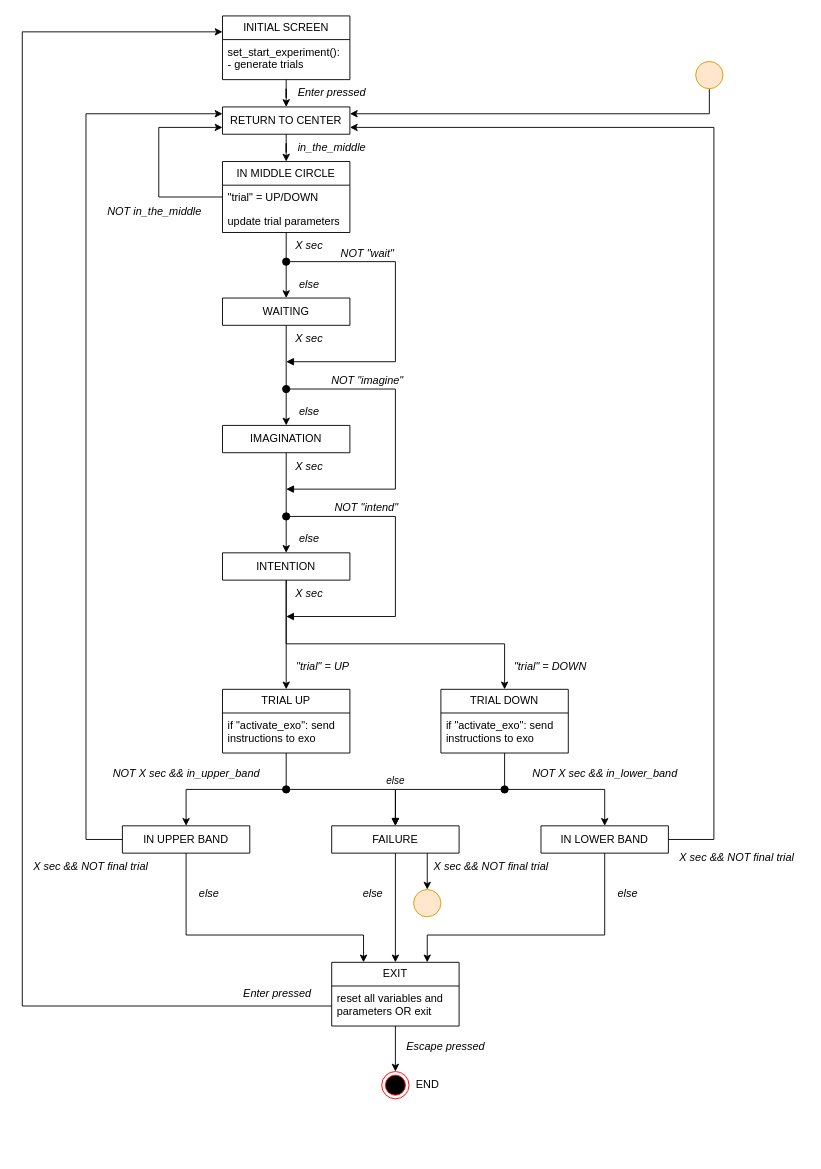
JakaHatlakLJ/eduexo_PC keeps this draw.io diagram as state_machine_diagram.drawio. Above is the earlier version. Source tidied: cells renumbered, new cells numbered last; positions are measured from the earlier drawing's top-left corner, leaving out a move shared by most shapes. Both pictures are drawn from the tidied source at 91%, with x=0, y=0 at pixel (22, 15).
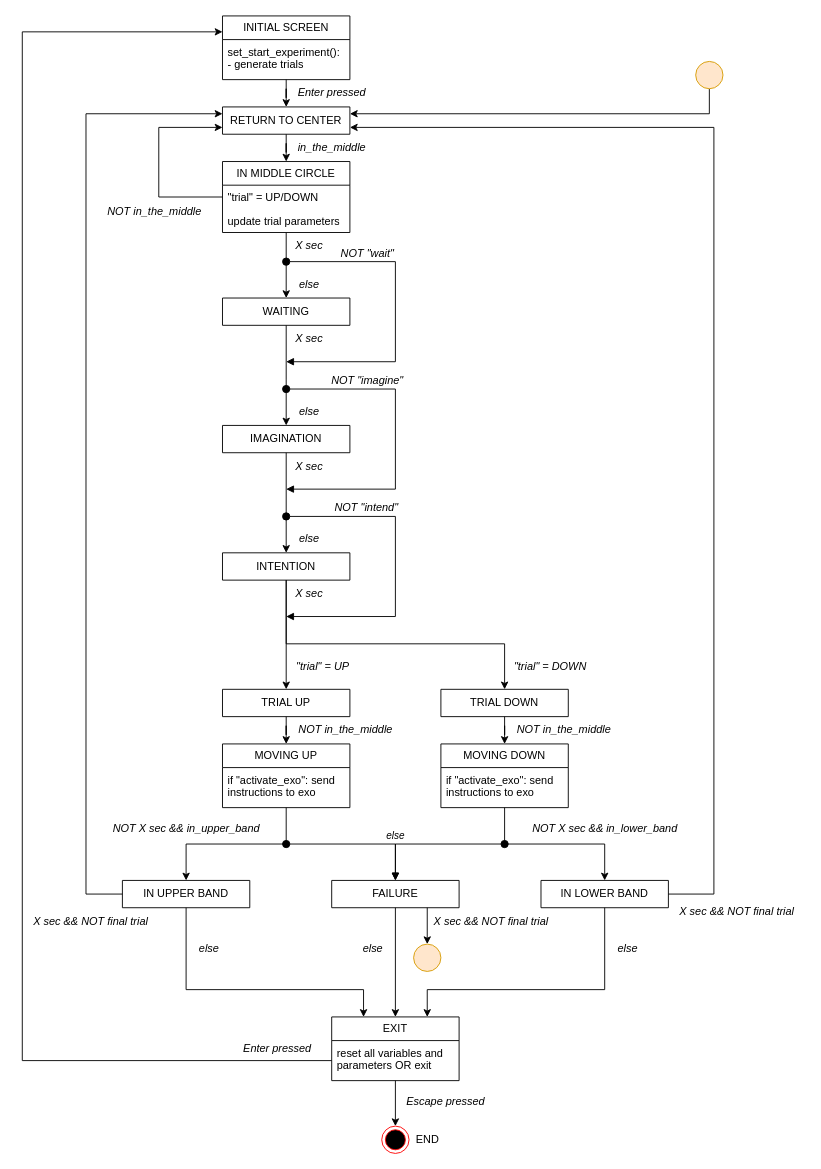
Above is the later version.

Unchanged cells that the change refers to:
```xml
<mxCell id="3" value="INITIAL SCREEN" style="swimlane;fontStyle=0;horizontal=1;startSize=26;fillColor=none;whiteSpace=wrap;html=1;" parent="1" vertex="1">
  <mxGeometry x="220" width="140" height="70" as="geometry" />
</mxCell>
<mxCell id="6" value="RETURN TO CENTER" style="swimlane;fontStyle=0;horizontal=1;startSize=70;fillColor=none;whiteSpace=wrap;html=1;" parent="1" vertex="1">
  <mxGeometry x="220" y="100" width="140" height="30" as="geometry" />
</mxCell>
<mxCell id="56" value="reset all variables and parameters OR exit" style="text;strokeColor=none;fillColor=none;align=left;verticalAlign=top;spacingLeft=4;spacingRight=4;overflow=hidden;points=[[0,0.5],[1,0.5]];portConstraint=eastwest;whiteSpace=wrap;html=1;" parent="55" vertex="1">
  <mxGeometry y="26" width="140" height="44" as="geometry" />
</mxCell>
```

Diff of the diagram source:
```diff
@@
-    <mxCell id="23" style="edgeStyle=orthogonalEdgeStyle;rounded=0;jettySize=auto;html=1;" parent="1" edge="1" source="24" target="38">
-      <mxGeometry relative="1" as="geometry" />
-    </mxCell>
-    <mxCell id="24" value="TRIAL UP" style="swimlane;fontStyle=0;horizontal=1;startSize=26;fillColor=none;whiteSpace=wrap;html=1;" parent="1" vertex="1">
-      <mxGeometry x="220" y="740" width="140" height="70" as="geometry" />
-    </mxCell>
-    <mxCell id="25" value="if &quot;activate_exo&quot;: send instructions to exo" style="text;strokeColor=none;fillColor=none;align=left;verticalAlign=top;spacingLeft=4;spacingRight=4;overflow=hidden;whiteSpace=wrap;html=1;" parent="24" vertex="1">
-      <mxGeometry y="26" width="140" height="44" as="geometry" />
-    </mxCell>
-    <mxCell id="26" style="edgeStyle=orthogonalEdgeStyle;rounded=0;jettySize=auto;html=1;" parent="1" edge="1" source="27" target="41">
-      <mxGeometry relative="1" as="geometry" />
-    </mxCell>
-    <mxCell id="27" value="TRIAL DOWN" style="swimlane;fontStyle=0;horizontal=1;startSize=26;fillColor=none;whiteSpace=wrap;html=1;" parent="1" vertex="1">
-      <mxGeometry x="460" y="740" width="140" height="70" as="geometry" />
-    </mxCell>
-    <mxCell id="28" value="if &quot;activate_exo&quot;: send instructions to exo" style="text;strokeColor=none;fillColor=none;align=left;verticalAlign=top;spacingLeft=4;spacingRight=4;overflow=hidden;whiteSpace=wrap;html=1;" parent="27" vertex="1">
-      <mxGeometry y="26" width="140" height="44" as="geometry" />
-    </mxCell>
@@
     <mxCell id="36" style="edgeStyle=orthogonalEdgeStyle;rounded=0;jettySize=auto;html=1;exitX=0.5;exitY=1;exitDx=0;exitDy=0;entryX=0.25;entryY=0;entryDx=0;entryDy=0;" parent="1" edge="1" source="38" target="55">
       <mxGeometry relative="1" as="geometry">
         <Array as="points">
-          <mxPoint x="180" y="1010" />
-          <mxPoint x="375" y="1010" />
+          <mxPoint x="180" y="1070" />
+          <mxPoint x="375" y="1070" />
         </Array>
       </mxGeometry>
     </mxCell>
     <mxCell id="37" style="edgeStyle=orthogonalEdgeStyle;rounded=0;jettySize=auto;html=1;exitX=0;exitY=0.5;exitDx=0;exitDy=0;entryX=0;entryY=0.25;entryDx=0;entryDy=0;" parent="1" edge="1" source="38" target="6">
       <mxGeometry relative="1" as="geometry">
         <Array as="points">
-          <mxPoint x="70" y="905" />
+          <mxPoint x="70" y="965" />
           <mxPoint x="70" y="108" />
         </Array>
       </mxGeometry>
     </mxCell>
     <mxCell id="38" value="IN UPPER BAND" style="swimlane;fontStyle=0;horizontal=1;startSize=70;fillColor=none;whiteSpace=wrap;html=1;" parent="1" vertex="1">
-      <mxGeometry x="110" y="890" width="140" height="30" as="geometry" />
+      <mxGeometry x="110" y="950" width="140" height="30" as="geometry" />
     </mxCell>
     <mxCell id="39" style="edgeStyle=orthogonalEdgeStyle;rounded=0;jettySize=auto;html=1;exitX=1;exitY=0.5;exitDx=0;exitDy=0;entryX=1;entryY=0.75;entryDx=0;entryDy=0;" parent="1" edge="1" source="41" target="6">
       <mxGeometry relative="1" as="geometry">
         <Array as="points">
-          <mxPoint x="760" y="905" />
+          <mxPoint x="760" y="965" />
           <mxPoint x="760" y="123" />
         </Array>
       </mxGeometry>
     </mxCell>
     <mxCell id="40" style="edgeStyle=orthogonalEdgeStyle;rounded=0;jettySize=auto;html=1;exitX=0.5;exitY=1;exitDx=0;exitDy=0;entryX=0.75;entryY=0;entryDx=0;entryDy=0;" parent="1" edge="1" source="41" target="55">
       <mxGeometry relative="1" as="geometry">
         <Array as="points">
-          <mxPoint x="640" y="1010" />
-          <mxPoint x="445" y="1010" />
+          <mxPoint x="640" y="1070" />
+          <mxPoint x="445" y="1070" />
         </Array>
       </mxGeometry>
     </mxCell>
     <mxCell id="41" value="IN LOWER BAND" style="swimlane;fontStyle=0;horizontal=1;startSize=70;fillColor=none;whiteSpace=wrap;html=1;" parent="1" vertex="1">
-      <mxGeometry x="570" y="890" width="140" height="30" as="geometry" />
+      <mxGeometry x="570" y="950" width="140" height="30" as="geometry" />
     </mxCell>
@@
     <mxCell id="44" value="FAILURE" style="swimlane;fontStyle=0;horizontal=1;startSize=30;fillColor=none;whiteSpace=wrap;html=1;" parent="1" vertex="1">
-      <mxGeometry x="340" y="890" width="140" height="30" as="geometry" />
+      <mxGeometry x="340" y="950" width="140" height="30" as="geometry" />
     </mxCell>
     <mxCell id="45" value="&lt;i&gt;else&lt;/i&gt;" style="html=1;verticalAlign=bottom;startArrow=oval;startFill=1;endArrow=block;startSize=8;curved=0;rounded=0;entryX=0.5;entryY=0;entryDx=0;entryDy=0;" parent="1" edge="1" target="44">
       <mxGeometry x="0.5" relative="1" as="geometry">
-        <mxPoint x="290" y="850" as="sourcePoint" />
+        <mxPoint x="290" y="910" as="sourcePoint" />
         <Array as="points">
-          <mxPoint x="410" y="850" />
+          <mxPoint x="410" y="910" />
         </Array>
       </mxGeometry>
     </mxCell>
     <mxCell id="46" style="html=1;verticalAlign=bottom;startArrow=oval;startFill=1;endArrow=block;startSize=8;curved=0;rounded=0;entryX=0.5;entryY=0;entryDx=0;entryDy=0;" parent="1" edge="1" target="44">
       <mxGeometry x="-0.29" relative="1" as="geometry">
-        <mxPoint x="530" y="850" as="sourcePoint" />
+        <mxPoint x="530" y="910" as="sourcePoint" />
         <Array as="points">
-          <mxPoint x="410" y="850" />
+          <mxPoint x="410" y="910" />
         </Array>
       </mxGeometry>
     </mxCell>
     <mxCell id="47" value="&lt;i&gt;NOT X sec &amp;amp;&amp;amp; in_upper_band&lt;/i&gt;" style="text;html=1;align=center;verticalAlign=middle;strokeColor=none;fillColor=none;" parent="1" vertex="1">
-      <mxGeometry x="90" y="818" width="180" height="30" as="geometry" />
+      <mxGeometry x="90" y="878" width="180" height="30" as="geometry" />
     </mxCell>
     <mxCell id="48" value="&lt;i&gt;NOT X sec &amp;amp;&amp;amp; in_lower_band&lt;/i&gt;" style="text;html=1;align=center;verticalAlign=middle;strokeColor=none;fillColor=none;" parent="1" vertex="1">
-      <mxGeometry x="550" y="818" width="180" height="30" as="geometry" />
+      <mxGeometry x="550" y="878" width="180" height="30" as="geometry" />
     </mxCell>
@@
     <mxCell id="51" value="&lt;i&gt;X sec &amp;amp;&amp;amp; NOT final trial&lt;/i&gt;" style="text;html=1;align=center;verticalAlign=middle;strokeColor=none;fillColor=none;" parent="1" vertex="1">
-      <mxGeometry y="920" width="150" height="30" as="geometry" />
+      <mxGeometry y="980" width="150" height="30" as="geometry" />
     </mxCell>
     <mxCell id="52" value="&lt;i&gt;X sec &amp;amp;&amp;amp; NOT final trial&lt;/i&gt;" style="text;html=1;align=center;verticalAlign=middle;strokeColor=none;fillColor=none;" parent="1" vertex="1">
-      <mxGeometry x="710" y="910" width="150" height="30" as="geometry" />
+      <mxGeometry x="710" y="970" width="150" height="30" as="geometry" />
     </mxCell>
     <mxCell id="53" value="&lt;i&gt;X sec &amp;amp;&amp;amp; NOT final trial&lt;/i&gt;" style="text;html=1;align=center;verticalAlign=middle;strokeColor=none;fillColor=none;" parent="1" vertex="1">
-      <mxGeometry x="440" y="920" width="150" height="30" as="geometry" />
+      <mxGeometry x="440" y="980" width="150" height="30" as="geometry" />
     </mxCell>
@@
     <mxCell id="55" value="EXIT" style="swimlane;fontStyle=0;horizontal=1;startSize=26;fillColor=none;whiteSpace=wrap;html=1;" parent="1" vertex="1">
-      <mxGeometry x="340" y="1040" width="140" height="70" as="geometry" />
+      <mxGeometry x="340" y="1100" width="140" height="70" as="geometry" />
     </mxCell>
@@
     <mxCell id="59" style="ellipse;html=1;fillColor=#ffe6cc;strokeColor=#d79b00;" parent="1" vertex="1">
-      <mxGeometry x="430" y="960" width="30" height="30" as="geometry" />
+      <mxGeometry x="430" y="1020" width="30" height="30" as="geometry" />
     </mxCell>
     <mxCell id="60" style="ellipse;html=1;shape=endState;fillColor=#000000;strokeColor=#ff0000;" parent="1" vertex="1">
-      <mxGeometry x="395" y="1160" width="30" height="30" as="geometry" />
+      <mxGeometry x="395" y="1220" width="30" height="30" as="geometry" />
     </mxCell>
     <mxCell id="61" value="&lt;i&gt;else&lt;/i&gt;" style="text;html=1;align=center;verticalAlign=middle;strokeColor=none;fillColor=none;" parent="1" vertex="1">
-      <mxGeometry x="180" y="950" width="50" height="30" as="geometry" />
+      <mxGeometry x="180" y="1010" width="50" height="30" as="geometry" />
     </mxCell>
     <mxCell id="62" value="&lt;i&gt;else&lt;/i&gt;" style="text;html=1;align=center;verticalAlign=middle;strokeColor=none;fillColor=none;" parent="1" vertex="1">
-      <mxGeometry x="640" y="950" width="50" height="30" as="geometry" />
+      <mxGeometry x="640" y="1010" width="50" height="30" as="geometry" />
     </mxCell>
     <mxCell id="63" value="&lt;i&gt;else&lt;/i&gt;" style="text;html=1;align=center;verticalAlign=middle;strokeColor=none;fillColor=none;" parent="1" vertex="1">
-      <mxGeometry x="360" y="950" width="50" height="30" as="geometry" />
+      <mxGeometry x="360" y="1010" width="50" height="30" as="geometry" />
     </mxCell>
     <mxCell id="64" value="END" style="text;html=1;align=center;verticalAlign=middle;strokeColor=none;fillColor=none;" parent="1" vertex="1">
-      <mxGeometry x="420" y="1160" width="50" height="30" as="geometry" />
+      <mxGeometry x="420" y="1220" width="50" height="30" as="geometry" />
     </mxCell>
     <mxCell id="65" value="&lt;i&gt;Escape pressed&lt;/i&gt;" style="text;html=1;align=center;verticalAlign=middle;strokeColor=none;fillColor=none;" parent="1" vertex="1">
-      <mxGeometry x="410" y="1118" width="110" height="30" as="geometry" />
+      <mxGeometry x="410" y="1178" width="110" height="30" as="geometry" />
     </mxCell>
     <mxCell id="66" value="&lt;i&gt;Enter pressed&lt;/i&gt;" style="text;html=1;align=center;verticalAlign=middle;strokeColor=none;fillColor=none;" parent="1" vertex="1">
-      <mxGeometry x="230" y="1060" width="100" height="30" as="geometry" />
+      <mxGeometry x="230" y="1120" width="100" height="30" as="geometry" />
     </mxCell>
     <mxCell id="67" style="edgeStyle=orthogonalEdgeStyle;rounded=0;jettySize=auto;html=1;exitX=0;exitY=0.5;exitDx=0;exitDy=0;entryX=0;entryY=0.25;entryDx=0;entryDy=0;" parent="1" edge="1" source="56" target="3">
       <mxGeometry relative="1" as="geometry">
         <Array as="points">
-          <mxPoint y="1088" />
+          <mxPoint y="1148" />
           <mxPoint y="18" />
         </Array>
       </mxGeometry>
     </mxCell>
@@
+    <mxCell id="70" style="edgeStyle=orthogonalEdgeStyle;rounded=0;jettySize=auto;html=1;exitX=0.5;exitY=1;exitDx=0;exitDy=0;entryX=0.5;entryY=0;entryDx=0;entryDy=0;" parent="1" edge="1" source="71" target="38">
+      <mxGeometry relative="1" as="geometry" />
+    </mxCell>
+    <mxCell id="71" value="MOVING UP" style="swimlane;fontStyle=0;horizontal=1;startSize=26;fillColor=none;whiteSpace=wrap;html=1;" parent="1" vertex="1">
+      <mxGeometry x="220" y="800" width="140" height="70" as="geometry" />
+    </mxCell>
+    <mxCell id="72" value="if &quot;activate_exo&quot;: send instructions to exo" style="text;strokeColor=none;fillColor=none;align=left;verticalAlign=top;spacingLeft=4;spacingRight=4;overflow=hidden;whiteSpace=wrap;html=1;" parent="71" vertex="1">
+      <mxGeometry y="26" width="140" height="44" as="geometry" />
+    </mxCell>
+    <mxCell id="73" style="edgeStyle=orthogonalEdgeStyle;rounded=0;jettySize=auto;html=1;exitX=0.5;exitY=1;exitDx=0;exitDy=0;entryX=0.5;entryY=0;entryDx=0;entryDy=0;" parent="1" edge="1" source="74" target="41">
+      <mxGeometry relative="1" as="geometry" />
+    </mxCell>
+    <mxCell id="74" value="MOVING DOWN" style="swimlane;fontStyle=0;horizontal=1;startSize=26;fillColor=none;whiteSpace=wrap;html=1;" parent="1" vertex="1">
+      <mxGeometry x="460" y="800" width="140" height="70" as="geometry" />
+    </mxCell>
+    <mxCell id="75" value="if &quot;activate_exo&quot;: send instructions to exo" style="text;strokeColor=none;fillColor=none;align=left;verticalAlign=top;spacingLeft=4;spacingRight=4;overflow=hidden;whiteSpace=wrap;html=1;" parent="74" vertex="1">
+      <mxGeometry y="26" width="140" height="44" as="geometry" />
+    </mxCell>
+    <mxCell id="76" style="edgeStyle=orthogonalEdgeStyle;rounded=0;jettySize=auto;html=1;entryX=0.5;entryY=0;entryDx=0;entryDy=0;" parent="1" edge="1" source="24" target="71">
+      <mxGeometry relative="1" as="geometry" />
+    </mxCell>
+    <mxCell id="24" value="TRIAL UP" style="swimlane;fontStyle=0;horizontal=1;startSize=70;fillColor=none;whiteSpace=wrap;html=1;" parent="1" vertex="1">
+      <mxGeometry x="220" y="740" width="140" height="30" as="geometry" />
+    </mxCell>
+    <mxCell id="77" style="edgeStyle=orthogonalEdgeStyle;rounded=0;jettySize=auto;html=1;entryX=0.5;entryY=0;entryDx=0;entryDy=0;" parent="1" edge="1" source="27" target="74">
+      <mxGeometry relative="1" as="geometry" />
+    </mxCell>
+    <mxCell id="27" value="TRIAL DOWN" style="swimlane;fontStyle=0;horizontal=1;startSize=70;fillColor=none;whiteSpace=wrap;html=1;" parent="1" vertex="1">
+      <mxGeometry x="460" y="740" width="140" height="30" as="geometry" />
+    </mxCell>
+    <mxCell id="78" value="&lt;i&gt;NOT in_the_middle&lt;/i&gt;" style="text;html=1;align=center;verticalAlign=middle;strokeColor=none;fillColor=none;" parent="1" vertex="1">
+      <mxGeometry x="290" y="770" width="130" height="30" as="geometry" />
+    </mxCell>
+    <mxCell id="79" value="&lt;i&gt;NOT in_the_middle&lt;/i&gt;" style="text;html=1;align=center;verticalAlign=middle;strokeColor=none;fillColor=none;" parent="1" vertex="1">
+      <mxGeometry x="530" y="770" width="130" height="30" as="geometry" />
+    </mxCell>
```
